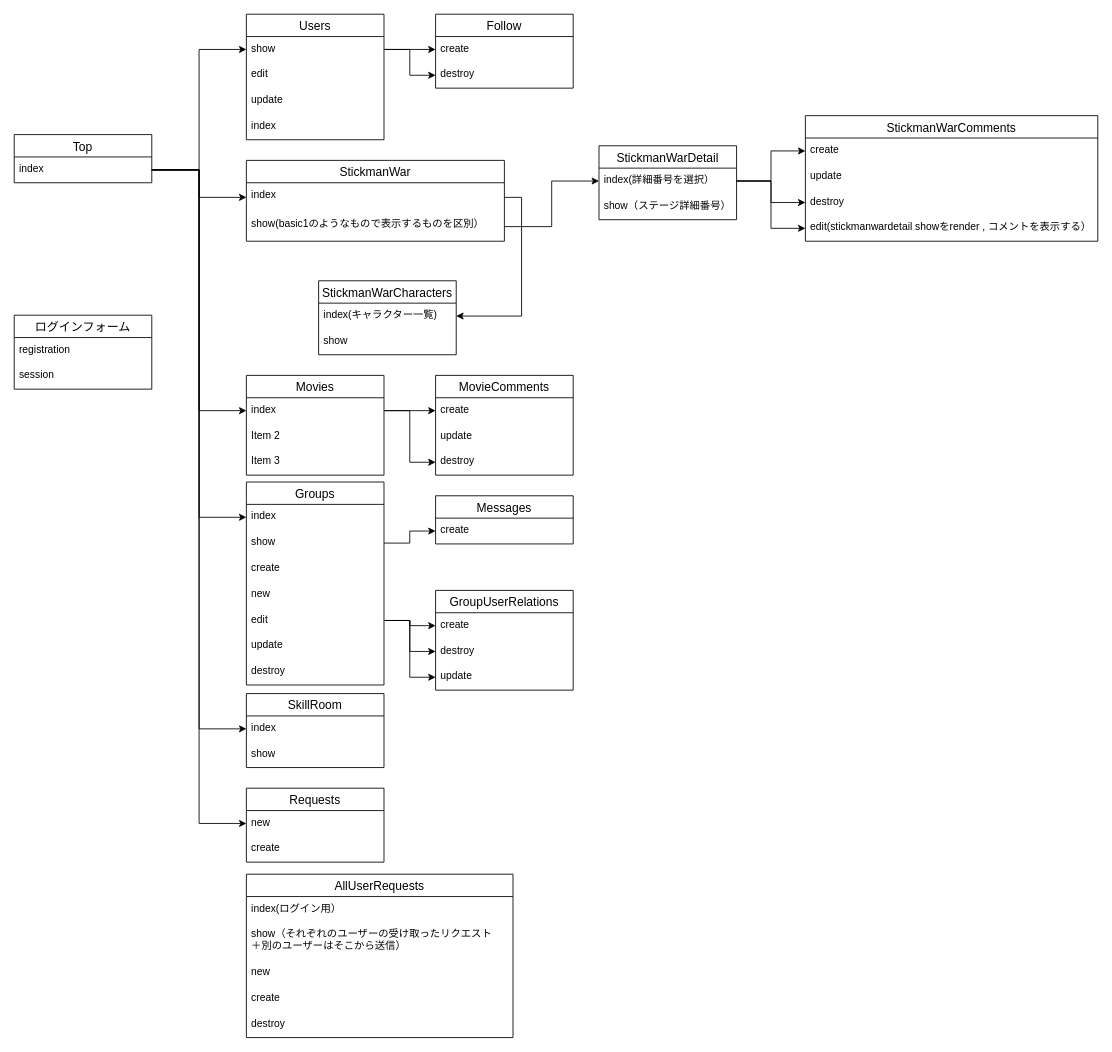
Above: flow.dio in runba3011/runba_home (draw.io), before the change. Source tidied: cells renumbered, new cells numbered last; positions are measured from the earlier drawing's top-left corner, leaving out a move shared by most shapes. Both pictures are drawn from the tidied source at 86%, with x=0, y=0 at pixel (14, 14).
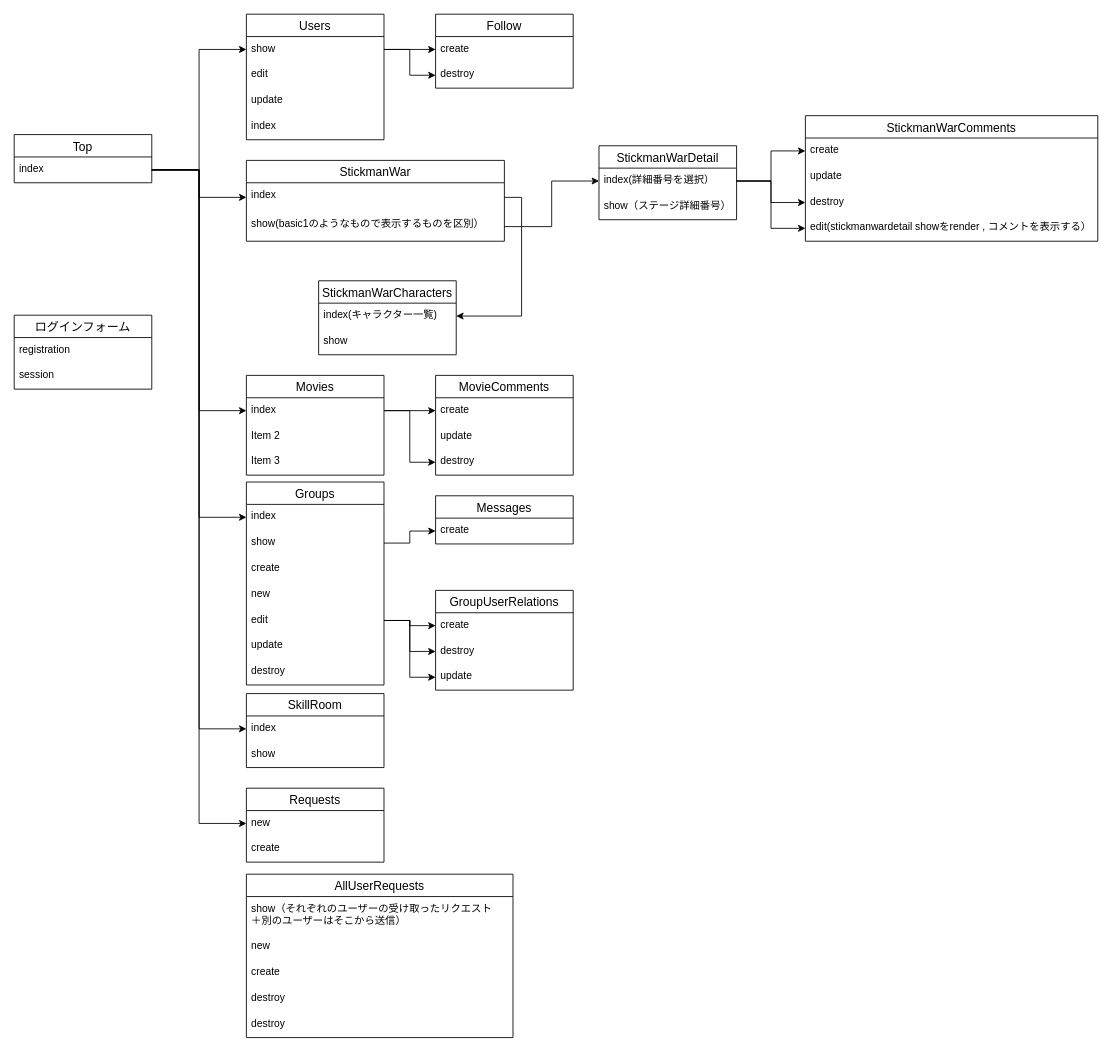
The same page after the edit.

Commit message (it also covers changes not shown here):
ルーティングの設定

The change refers to these unchanged cells:
```xml
<mxCell id="76" value="AllUserRequests" style="swimlane;fontStyle=0;horizontal=1;startSize=26;align=center;fontSize=14;" parent="1" vertex="1">
  <mxGeometry x="270" y="1000" width="310" height="190" as="geometry" />
</mxCell>
```

Diff of the diagram source:
```diff
@@
-    <mxCell id="77" value="index(ログイン用）" style="text;strokeColor=none;fillColor=none;spacingLeft=4;spacingRight=4;overflow=hidden;fontSize=12;" parent="76" vertex="1">
-      <mxGeometry y="26" width="310" height="30" as="geometry" />
-    </mxCell>
     <mxCell id="78" value="show（それぞれのユーザーの受け取ったリクエスト&#10;＋別のユーザーはそこから送信）&#10;" style="text;strokeColor=none;fillColor=none;spacingLeft=4;spacingRight=4;overflow=hidden;fontSize=12;" parent="76" vertex="1">
-      <mxGeometry y="56" width="310" height="44" as="geometry" />
+      <mxGeometry y="26" width="310" height="44" as="geometry" />
     </mxCell>
     <mxCell id="79" value="new" style="text;strokeColor=none;fillColor=none;spacingLeft=4;spacingRight=4;overflow=hidden;fontSize=12;" parent="76" vertex="1">
-      <mxGeometry y="100" width="310" height="30" as="geometry" />
+      <mxGeometry y="70" width="310" height="30" as="geometry" />
     </mxCell>
     <mxCell id="80" value="create" style="text;strokeColor=none;fillColor=none;spacingLeft=4;spacingRight=4;overflow=hidden;fontSize=12;" parent="76" vertex="1">
-      <mxGeometry y="130" width="310" height="30" as="geometry" />
+      <mxGeometry y="100" width="310" height="30" as="geometry" />
     </mxCell>
     <mxCell id="81" value="destroy" style="text;strokeColor=none;fillColor=none;spacingLeft=4;spacingRight=4;overflow=hidden;fontSize=12;" parent="76" vertex="1">
-      <mxGeometry y="160" width="310" height="30" as="geometry" />
+      <mxGeometry y="130" width="310" height="30" as="geometry" />
     </mxCell>
+    <mxCell id="82" value="destroy" style="text;strokeColor=none;fillColor=none;spacingLeft=4;spacingRight=4;overflow=hidden;fontSize=12;" parent="76" vertex="1">
+      <mxGeometry y="160" width="310" height="30" as="geometry" />
+    </mxCell>
```
